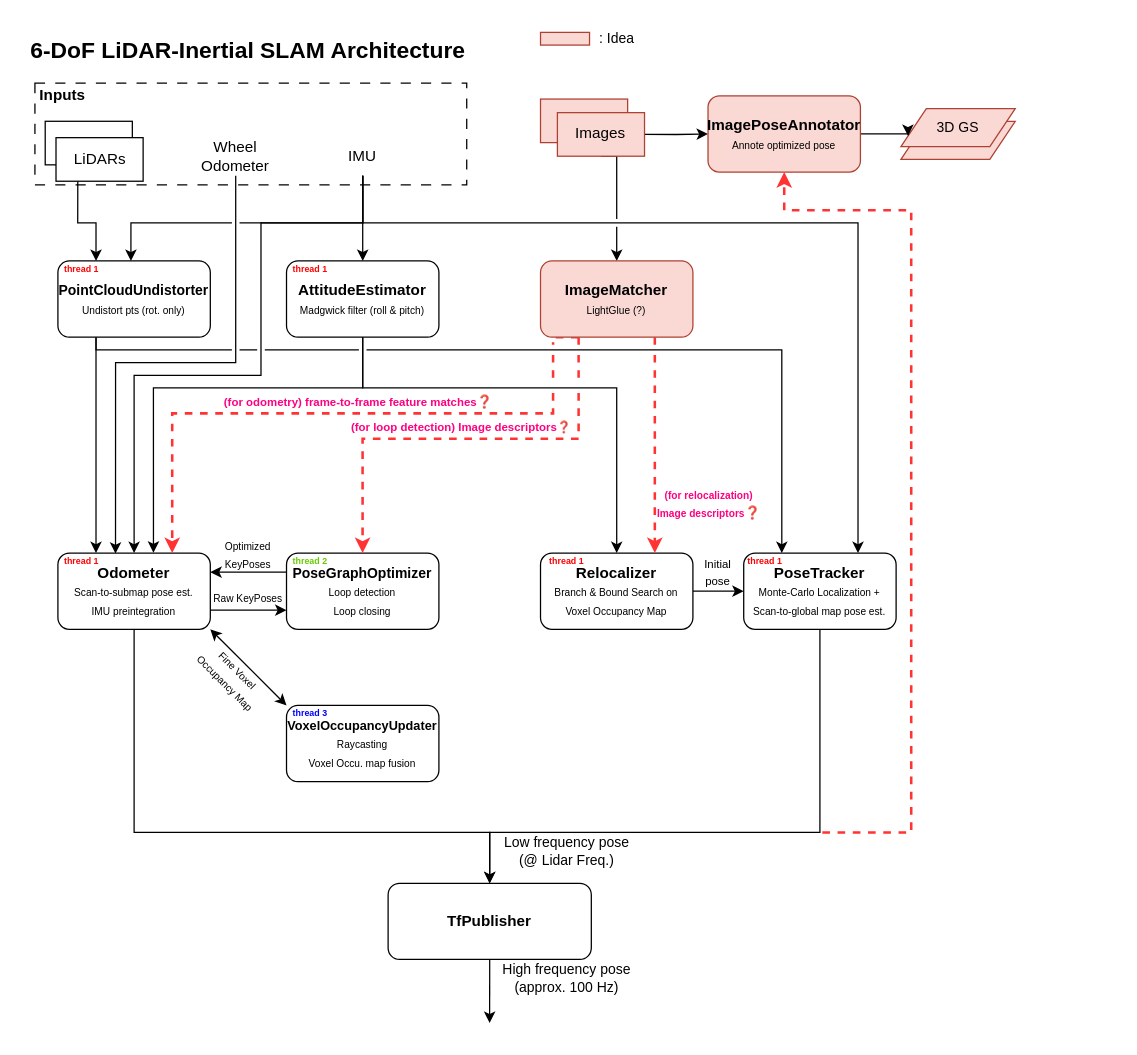
This is 3D SLAM.drawio from chkim-holiday/draw_io_storage, a draw.io file, before an edit. Source tidied: cells renumbered, new cells numbered last; positions are measured from the earlier drawing's top-left corner, leaving out a move shared by most shapes. Both pictures are drawn from the tidied source at 127%, with x=0, y=0 at pixel (22, 32).
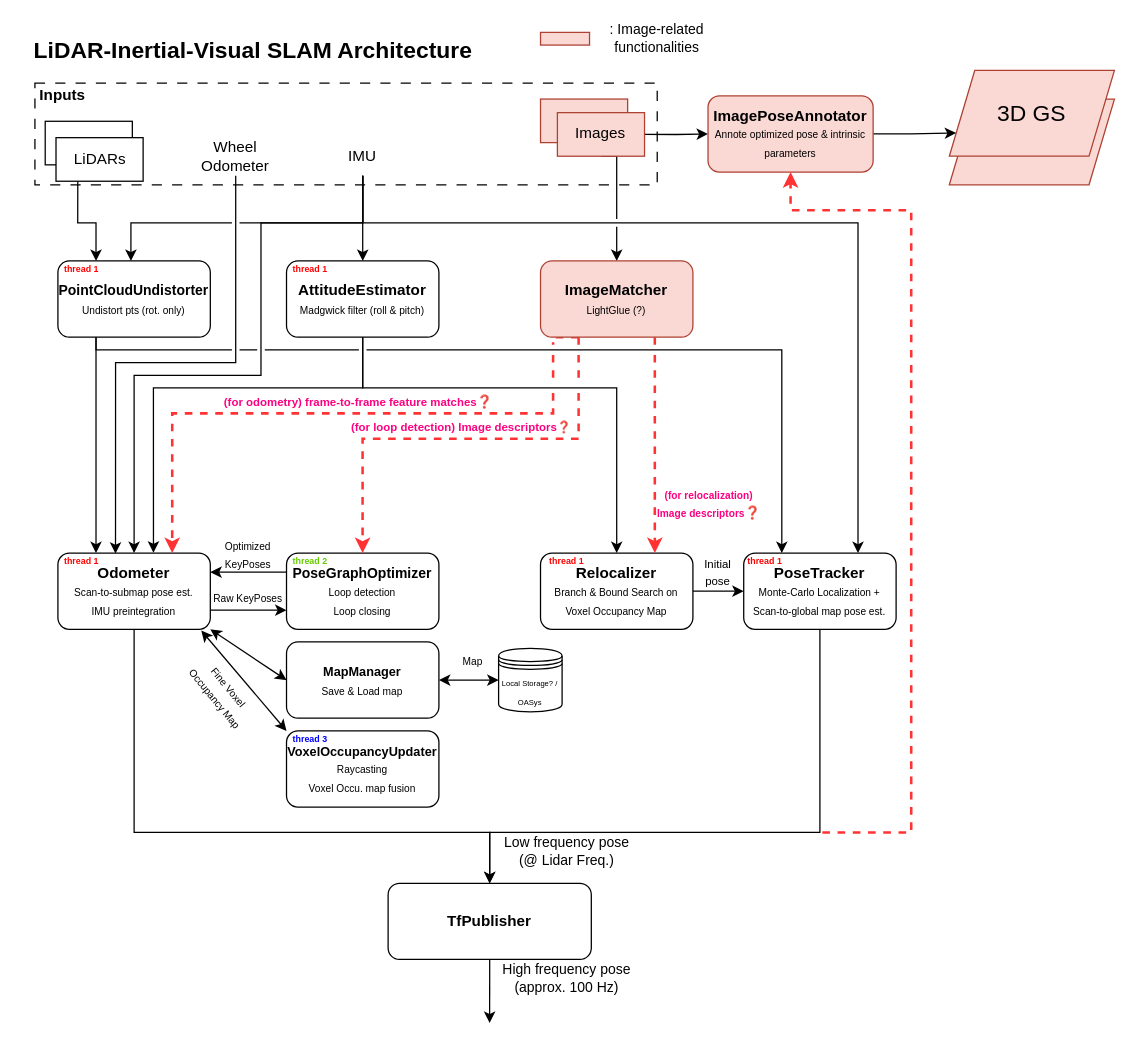
The same page after the edit.

Unchanged cells that the change refers to:
```xml
<mxCell id="33" value="&lt;b&gt;Odometer&lt;/b&gt;&lt;div&gt;&lt;font style=&quot;font-size: 8px;&quot;&gt;Scan-to-submap pose est.&lt;/font&gt;&lt;/div&gt;&lt;div&gt;&lt;font style=&quot;font-size: 8px;&quot;&gt;IMU preintegration&lt;/font&gt;&lt;/div&gt;" style="rounded=1;whiteSpace=wrap;html=1;" parent="1" vertex="1">
  <mxGeometry x="28.1" y="410" width="120" height="60" as="geometry" />
</mxCell>
```

Change to the diagram source:
```diff
@@
     <mxCell id="3" style="rounded=0;whiteSpace=wrap;html=1;dashed=1;dashPattern=8 8;" parent="1" vertex="1">
-      <mxGeometry x="10" y="40" width="340" height="80" as="geometry" />
+      <mxGeometry x="10" y="40" width="490" height="80" as="geometry" />
     </mxCell>
@@
-    <mxCell id="11" value="&lt;b&gt;&lt;font style=&quot;font-size: 18px;&quot;&gt;6-DoF LiDAR-Inertial SLAM Architecture&lt;/font&gt;&lt;/b&gt;" style="text;html=1;whiteSpace=wrap;strokeColor=none;fillColor=none;align=center;verticalAlign=middle;rounded=0;" parent="1" vertex="1">
-      <mxGeometry width="356.1" height="30" as="geometry" />
+    <mxCell id="11" value="&lt;b&gt;&lt;font style=&quot;font-size: 18px;&quot;&gt;LiDAR-Inertial-Visual SLAM Architecture&lt;/font&gt;&lt;/b&gt;" style="text;html=1;whiteSpace=wrap;strokeColor=none;fillColor=none;align=center;verticalAlign=middle;rounded=0;" parent="1" vertex="1">
+      <mxGeometry x="3.9" width="356.1" height="30" as="geometry" />
     </mxCell>
@@
     <mxCell id="25" value="&lt;font style=&quot;font-size: 10px;&quot;&gt;&lt;b&gt;VoxelOccupancyUpdater&lt;/b&gt;&lt;/font&gt;&lt;div&gt;&lt;font style=&quot;font-size: 8px;&quot;&gt;Raycasting&lt;/font&gt;&lt;/div&gt;&lt;div&gt;&lt;font style=&quot;font-size: 8px;&quot;&gt;Voxel Occu. map fusion&lt;/font&gt;&lt;/div&gt;" style="rounded=1;whiteSpace=wrap;html=1;" parent="1" vertex="1">
-      <mxGeometry x="208.1" y="530" width="120" height="60" as="geometry" />
+      <mxGeometry x="208.1" y="550" width="120" height="60" as="geometry" />
     </mxCell>
@@
-    <mxCell id="31" style="shape=connector;rounded=0;jumpStyle=gap;jettySize=auto;html=1;exitX=1;exitY=1;exitDx=0;exitDy=0;entryX=0;entryY=0;entryDx=0;entryDy=0;strokeColor=default;align=center;verticalAlign=middle;fontFamily=Helvetica;fontSize=11;fontColor=default;labelBackgroundColor=default;endArrow=classic;startArrow=classic;startFill=1;" parent="1" edge="1" source="33" target="25">
-      <mxGeometry relative="1" as="geometry" />
+    <mxCell id="31" style="shape=connector;rounded=0;jumpStyle=gap;jettySize=auto;html=1;entryX=0;entryY=0;entryDx=0;entryDy=0;strokeColor=default;align=center;verticalAlign=middle;fontFamily=Helvetica;fontSize=11;fontColor=default;labelBackgroundColor=default;endArrow=classic;startArrow=classic;startFill=1;" parent="1" edge="1" target="25">
+      <mxGeometry relative="1" as="geometry">
+        <mxPoint x="141" y="471" as="sourcePoint" />
+      </mxGeometry>
     </mxCell>
@@
+    <mxCell id="66" style="rounded=0;jettySize=auto;html=1;exitX=1;exitY=1;exitDx=0;exitDy=0;entryX=0;entryY=0.5;entryDx=0;entryDy=0;startArrow=classic;startFill=1;" parent="1" edge="1" source="33" target="68">
+      <mxGeometry relative="1" as="geometry" />
+    </mxCell>
@@
-    <mxCell id="37" value="&lt;font style=&quot;font-size: 8px;&quot;&gt;Fine Voxel Occupancy Map&lt;/font&gt;" style="text;html=1;whiteSpace=wrap;strokeColor=none;fillColor=none;align=center;verticalAlign=middle;rounded=0;fontFamily=Helvetica;fontSize=11;fontColor=default;labelBackgroundColor=none;rotation=45;" parent="1" vertex="1">
-      <mxGeometry x="135.6" y="496.5" width="60" height="20" as="geometry" />
+    <mxCell id="37" value="&lt;font style=&quot;font-size: 8px;&quot;&gt;Fine Voxel Occupancy Map&lt;/font&gt;" style="text;html=1;whiteSpace=wrap;strokeColor=none;fillColor=none;align=center;verticalAlign=middle;rounded=0;fontFamily=Helvetica;fontSize=11;fontColor=default;labelBackgroundColor=none;rotation=50.5;" parent="1" vertex="1">
+      <mxGeometry x="128.1" y="510" width="60" height="20" as="geometry" />
     </mxCell>
@@
     <mxCell id="41" value="&lt;font style=&quot;font-size: 7px; color: rgb(0, 0, 255);&quot;&gt;&lt;b&gt;thread 3&lt;/b&gt;&lt;/font&gt;" style="text;html=1;whiteSpace=wrap;strokeColor=none;fillColor=none;align=center;verticalAlign=middle;rounded=0;fontFamily=Helvetica;fontSize=11;fontColor=#66CC00;labelBackgroundColor=none;" parent="1" vertex="1">
-      <mxGeometry x="212.1" y="530" width="30" height="10" as="geometry" />
+      <mxGeometry x="212.1" y="550" width="30" height="10" as="geometry" />
     </mxCell>
@@
-    <mxCell id="54" value=": Idea" style="text;html=1;whiteSpace=wrap;strokeColor=none;fillColor=none;align=center;verticalAlign=middle;rounded=0;fontFamily=Helvetica;fontSize=11;fontColor=default;labelBackgroundColor=default;" parent="1" vertex="1">
-      <mxGeometry x="450" width="36.7" height="10" as="geometry" />
+    <mxCell id="54" value=": Image-related functionalities" style="text;html=1;whiteSpace=wrap;strokeColor=none;fillColor=none;align=center;verticalAlign=middle;rounded=0;fontFamily=Helvetica;fontSize=11;fontColor=default;labelBackgroundColor=default;" parent="1" vertex="1">
+      <mxGeometry x="450" width="100" height="10" as="geometry" />
     </mxCell>
     <mxCell id="55" style="group;" parent="1" vertex="1">
-      <mxGeometry x="691.9" y="60" width="90" height="40" as="geometry" />
+      <mxGeometry x="730" y="30" width="130" height="90" as="geometry" />
     </mxCell>
     <mxCell id="56" style="shape=parallelogram;perimeter=parallelogramPerimeter;whiteSpace=wrap;html=1;fixedSize=1;fontFamily=Helvetica;fontSize=11;labelBackgroundColor=default;fillColor=#fad9d5;strokeColor=#ae4132;" parent="55" vertex="1">
-      <mxGeometry y="10" width="90" height="30" as="geometry" />
+      <mxGeometry y="22.5" width="130" height="67.5" as="geometry" />
     </mxCell>
-    <mxCell id="57" value="&lt;span&gt;3D GS&lt;/span&gt;" style="shape=parallelogram;perimeter=parallelogramPerimeter;whiteSpace=wrap;html=1;fixedSize=1;fontFamily=Helvetica;fontSize=11;labelBackgroundColor=none;fillColor=#fad9d5;strokeColor=#ae4132;" parent="55" vertex="1">
-      <mxGeometry width="90" height="30" as="geometry" />
+    <mxCell id="57" value="&lt;span&gt;&lt;font style=&quot;font-size: 18px;&quot;&gt;3D GS&lt;/font&gt;&lt;/span&gt;" style="shape=parallelogram;perimeter=parallelogramPerimeter;whiteSpace=wrap;html=1;fixedSize=1;fontFamily=Helvetica;fontSize=11;labelBackgroundColor=none;fillColor=#fad9d5;strokeColor=#ae4132;" parent="55" vertex="1">
+      <mxGeometry width="130" height="67.5" as="geometry" />
     </mxCell>
@@
-    <mxCell id="60" value="&lt;b&gt;ImagePoseAnnotator&lt;/b&gt;&lt;div&gt;&lt;font style=&quot;font-size: 8px;&quot;&gt;Annote optimized pose&lt;/font&gt;&lt;/div&gt;" style="rounded=1;whiteSpace=wrap;html=1;fillColor=#fad9d5;strokeColor=#ae4132;" parent="1" vertex="1">
-      <mxGeometry x="540" y="50" width="120" height="60" as="geometry" />
+    <mxCell id="60" value="&lt;b&gt;ImagePoseAnnotator&lt;/b&gt;&lt;div&gt;&lt;font style=&quot;font-size: 8px;&quot;&gt;Annote optimized pose &amp;amp; intrinsic parameters&lt;/font&gt;&lt;/div&gt;" style="rounded=1;whiteSpace=wrap;html=1;fillColor=#fad9d5;strokeColor=#ae4132;" parent="1" vertex="1">
+      <mxGeometry x="540" y="50" width="130" height="60" as="geometry" />
     </mxCell>
     <mxCell id="61" style="edgeStyle=orthogonalEdgeStyle;shape=connector;rounded=0;jumpStyle=gap;jettySize=auto;html=1;entryX=0.5;entryY=1;entryDx=0;entryDy=0;strokeColor=#FF3333;align=center;verticalAlign=middle;fontFamily=Helvetica;fontSize=11;fontColor=default;labelBackgroundColor=default;endArrow=classic;fillColor=#f8cecc;dashed=1;strokeWidth=2;" parent="1" edge="1" target="60">
       <mxGeometry relative="1" as="geometry">
         <mxPoint x="630" y="630" as="sourcePoint" />
         <Array as="points">
           <mxPoint x="700" y="630" />
           <mxPoint x="700" y="140" />
-          <mxPoint x="600" y="140" />
+          <mxPoint x="605" y="140" />
         </Array>
       </mxGeometry>
     </mxCell>
@@
+    <mxCell id="67" style="rounded=0;jettySize=auto;html=1;exitX=1;exitY=0.5;exitDx=0;exitDy=0;entryX=0;entryY=0.5;entryDx=0;entryDy=0;startArrow=classic;startFill=1;shape=filledEdge;" parent="1" edge="1" source="68" target="69">
+      <mxGeometry relative="1" as="geometry" />
+    </mxCell>
+    <mxCell id="68" value="&lt;font style=&quot;font-size: 10px;&quot;&gt;&lt;b&gt;MapManager&lt;/b&gt;&lt;/font&gt;&lt;div&gt;&lt;span style=&quot;font-size: 8px; background-color: transparent; color: light-dark(rgb(0, 0, 0), rgb(255, 255, 255));&quot;&gt;Save &amp;amp; Load map&lt;/span&gt;&lt;/div&gt;" style="rounded=1;whiteSpace=wrap;html=1;" parent="1" vertex="1">
+      <mxGeometry x="208.1" y="480" width="120" height="60" as="geometry" />
+    </mxCell>
+    <mxCell id="69" value="&lt;font style=&quot;font-size: 6px;&quot;&gt;Local Storage? / OASys&lt;/font&gt;" style="shape=datastore;whiteSpace=wrap;html=1;" parent="1" vertex="1">
+      <mxGeometry x="375.1" y="485" width="50" height="50" as="geometry" />
+    </mxCell>
+    <mxCell id="70" value="&lt;font style=&quot;font-size: 8px;&quot;&gt;Map&lt;/font&gt;" style="text;html=1;whiteSpace=wrap;strokeColor=none;fillColor=none;align=center;verticalAlign=middle;rounded=0;" parent="1" vertex="1">
+      <mxGeometry x="335.1" y="480" width="40" height="30" as="geometry" />
+    </mxCell>
```
